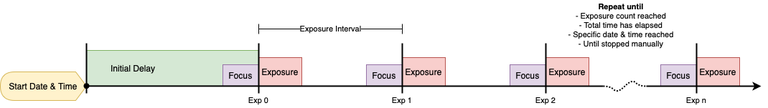
joegatling/arduino_intervalometer keeps this draw.io diagram as Media/TimingDiagram.png. Above is the earlier version. Source tidied: cells renumbered, new cells last; positions are measured from the earlier drawing's top-left corner, leaving out a move shared by most shapes.
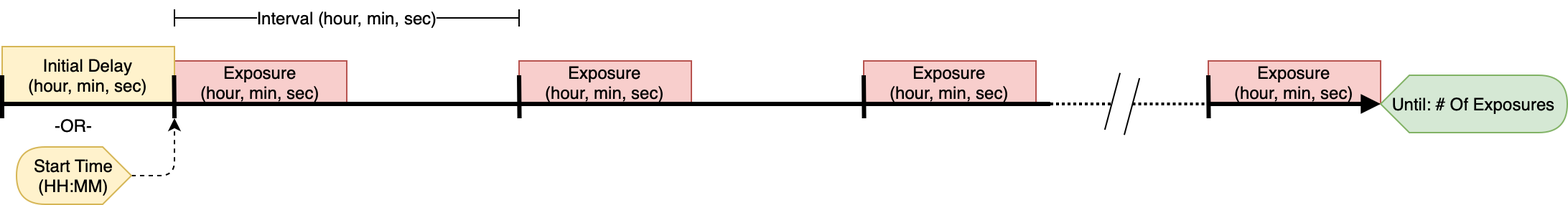
After the commit.

Commit message:
Updated timing diagram

Diff of the diagram source:
```diff
@@ -2,110 +2,103 @@
   <root>
     <mxCell id="0" />
     <mxCell id="1" parent="0" />
-    <mxCell id="2" value="Initial Delay" style="shape=trapezoid;perimeter=trapezoidPerimeter;whiteSpace=wrap;html=1;fixedSize=1;size=0;fillColor=#d5e8d4;strokeColor=#82b366;align=left;spacingLeft=32;" parent="1" vertex="1">
-      <mxGeometry x="120" y="70" width="240" height="50" as="geometry" />
-    </mxCell>
-    <mxCell id="3" value="Start Date &amp;amp; Time" style="shape=display;whiteSpace=wrap;html=1;direction=west;size=0.125;fillColor=#fff2cc;strokeColor=#d6b656;" parent="1" vertex="1">
-      <mxGeometry y="100" width="120" height="40" as="geometry" />
-    </mxCell>
-    <mxCell id="4" value="Focus" style="shape=trapezoid;perimeter=trapezoidPerimeter;whiteSpace=wrap;html=1;fixedSize=1;size=0;fillColor=#e1d5e7;strokeColor=#9673a6;" parent="1" vertex="1">
-      <mxGeometry x="310" y="90" width="50" height="30" as="geometry" />
-    </mxCell>
-    <mxCell id="5" value="Exposure" style="shape=trapezoid;perimeter=trapezoidPerimeter;whiteSpace=wrap;html=1;fixedSize=1;size=0;fillColor=#f8cecc;strokeColor=#b85450;" parent="1" vertex="1">
-      <mxGeometry x="360" y="80" width="60" height="40" as="geometry" />
-    </mxCell>
-    <mxCell id="6" style="endArrow=none;html=1;rounded=0;strokeWidth=2;" parent="1" edge="1">
-      <mxGeometry relative="1" as="geometry">
-        <mxPoint x="360" y="130" as="sourcePoint" />
-        <mxPoint x="360" y="60" as="targetPoint" />
-      </mxGeometry>
-    </mxCell>
-    <mxCell id="7" style="endArrow=none;html=1;rounded=0;strokeWidth=2;" parent="1" edge="1">
-      <mxGeometry relative="1" as="geometry">
-        <mxPoint x="120" y="130" as="sourcePoint" />
-        <mxPoint x="120" y="60" as="targetPoint" />
-      </mxGeometry>
-    </mxCell>
-    <mxCell id="8" value="Focus" style="shape=trapezoid;perimeter=trapezoidPerimeter;whiteSpace=wrap;html=1;fixedSize=1;size=0;fillColor=#e1d5e7;strokeColor=#9673a6;" parent="1" vertex="1">
-      <mxGeometry x="510" y="90" width="50" height="30" as="geometry" />
-    </mxCell>
-    <mxCell id="9" value="Exposure" style="shape=trapezoid;perimeter=trapezoidPerimeter;whiteSpace=wrap;html=1;fixedSize=1;size=0;fillColor=#f8cecc;strokeColor=#b85450;" parent="1" vertex="1">
-      <mxGeometry x="560" y="80" width="60" height="40" as="geometry" />
-    </mxCell>
-    <mxCell id="10" style="endArrow=none;html=1;rounded=0;strokeWidth=2;" parent="1" edge="1">
-      <mxGeometry relative="1" as="geometry">
-        <mxPoint x="560" y="130" as="sourcePoint" />
-        <mxPoint x="560" y="60" as="targetPoint" />
-      </mxGeometry>
-    </mxCell>
-    <mxCell id="11" value="Focus" style="shape=trapezoid;perimeter=trapezoidPerimeter;whiteSpace=wrap;html=1;fixedSize=1;size=0;fillColor=#e1d5e7;strokeColor=#9673a6;" parent="1" vertex="1">
-      <mxGeometry x="710" y="90" width="50" height="30" as="geometry" />
-    </mxCell>
-    <mxCell id="12" value="Exposure" style="shape=trapezoid;perimeter=trapezoidPerimeter;whiteSpace=wrap;html=1;fixedSize=1;size=0;fillColor=#f8cecc;strokeColor=#b85450;" parent="1" vertex="1">
-      <mxGeometry x="760" y="80" width="60" height="40" as="geometry" />
-    </mxCell>
-    <mxCell id="13" style="endArrow=none;html=1;rounded=0;strokeWidth=2;" parent="1" edge="1">
-      <mxGeometry relative="1" as="geometry">
-        <mxPoint x="760" y="130" as="sourcePoint" />
-        <mxPoint x="760" y="60" as="targetPoint" />
-      </mxGeometry>
-    </mxCell>
-    <mxCell id="14" value="Focus" style="shape=trapezoid;perimeter=trapezoidPerimeter;whiteSpace=wrap;html=1;fixedSize=1;size=0;fillColor=#e1d5e7;strokeColor=#9673a6;" parent="1" vertex="1">
-      <mxGeometry x="920" y="90" width="50" height="30" as="geometry" />
-    </mxCell>
-    <mxCell id="15" value="Exposure" style="shape=trapezoid;perimeter=trapezoidPerimeter;whiteSpace=wrap;html=1;fixedSize=1;size=0;fillColor=#f8cecc;strokeColor=#b85450;" parent="1" vertex="1">
-      <mxGeometry x="970" y="80" width="60" height="40" as="geometry" />
-    </mxCell>
-    <mxCell id="16" style="endArrow=none;html=1;rounded=0;strokeWidth=2;" parent="1" edge="1">
-      <mxGeometry relative="1" as="geometry">
-        <mxPoint x="970" y="130" as="sourcePoint" />
-        <mxPoint x="970" y="60" as="targetPoint" />
-      </mxGeometry>
-    </mxCell>
-    <mxCell id="17" style="endArrow=none;dashed=1;html=1;dashPattern=1 1;strokeWidth=2;rounded=0;curved=1;" parent="1" edge="1">
-      <mxGeometry relative="1" as="geometry">
-        <mxPoint x="840" y="120" as="sourcePoint" />
-        <mxPoint x="900" y="120" as="targetPoint" />
-        <Array as="points">
-          <mxPoint x="850" y="120" />
-          <mxPoint x="860" y="130" />
-          <mxPoint x="880" y="110" />
-          <mxPoint x="890" y="120" />
-        </Array>
-      </mxGeometry>
-    </mxCell>
-    <mxCell id="18" style="endArrow=none;html=1;rounded=0;startArrow=oval;startFill=1;strokeWidth=2;" parent="1" edge="1">
-      <mxGeometry relative="1" as="geometry">
-        <mxPoint x="120" y="119.7" as="sourcePoint" />
-        <mxPoint x="840" y="120" as="targetPoint" />
-      </mxGeometry>
-    </mxCell>
-    <mxCell id="19" style="endArrow=classic;html=1;rounded=0;strokeWidth=2;endFill=1;" parent="1" edge="1">
-      <mxGeometry relative="1" as="geometry">
-        <mxPoint x="900" y="120" as="sourcePoint" />
-        <mxPoint x="1060" y="120" as="targetPoint" />
-      </mxGeometry>
-    </mxCell>
-    <mxCell id="20" value="&lt;b&gt;Repeat until&lt;/b&gt;&lt;br&gt;- Exposure count reached&lt;br&gt;- Total time has elapsed&lt;br&gt;- Specific date &amp;amp; time reached&lt;br&gt;- Until stopped manually" style="text;html=1;strokeColor=none;fillColor=none;align=center;verticalAlign=middle;whiteSpace=wrap;rounded=0;fontFamily=Helvetica;fontSize=11;fontColor=default;" parent="1" vertex="1">
-      <mxGeometry x="760" width="210" height="70" as="geometry" />
-    </mxCell>
-    <mxCell id="21" value="Exposure Interval" style="endArrow=baseDash;html=1;rounded=0;labelBackgroundColor=default;fontFamily=Helvetica;fontSize=11;fontColor=default;strokeColor=default;strokeWidth=1;shape=connector;startArrow=baseDash;startFill=0;endFill=0;endSize=12;startSize=12;" parent="1" edge="1">
-      <mxGeometry relative="1" as="geometry">
-        <mxPoint x="360" y="40" as="sourcePoint" />
-        <mxPoint x="560" y="40" as="targetPoint" />
-      </mxGeometry>
-    </mxCell>
-    <mxCell id="22" value="Exp 0" style="text;html=1;strokeColor=none;fillColor=none;align=center;verticalAlign=middle;whiteSpace=wrap;rounded=0;fontFamily=Helvetica;fontSize=11;fontColor=default;" parent="1" vertex="1">
-      <mxGeometry x="330" y="130" width="60" height="20" as="geometry" />
-    </mxCell>
-    <mxCell id="23" value="Exp 1" style="text;html=1;strokeColor=none;fillColor=none;align=center;verticalAlign=middle;whiteSpace=wrap;rounded=0;fontFamily=Helvetica;fontSize=11;fontColor=default;" parent="1" vertex="1">
-      <mxGeometry x="530" y="130" width="60" height="20" as="geometry" />
-    </mxCell>
-    <mxCell id="24" value="Exp 2" style="text;html=1;strokeColor=none;fillColor=none;align=center;verticalAlign=middle;whiteSpace=wrap;rounded=0;fontFamily=Helvetica;fontSize=11;fontColor=default;" parent="1" vertex="1">
-      <mxGeometry x="730" y="130" width="60" height="20" as="geometry" />
-    </mxCell>
-    <mxCell id="25" value="Exp n" style="text;html=1;strokeColor=none;fillColor=none;align=center;verticalAlign=middle;whiteSpace=wrap;rounded=0;fontFamily=Helvetica;fontSize=11;fontColor=default;" parent="1" vertex="1">
-      <mxGeometry x="940" y="130" width="60" height="20" as="geometry" />
-    </mxCell>
+    <mxCell id="26" value="Exposure&lt;br&gt;(hour, min, sec)" style="rounded=0;whiteSpace=wrap;html=1;fillColor=#f8cecc;strokeColor=#b85450;" parent="1" vertex="1">
+      <mxGeometry x="840" y="30" width="120" height="30" as="geometry" />
+    </mxCell>
+    <mxCell id="27" value="Exposure&lt;br&gt;(hour, min, sec)" style="rounded=0;whiteSpace=wrap;html=1;fillColor=#f8cecc;strokeColor=#b85450;" parent="1" vertex="1">
+      <mxGeometry x="600" y="30" width="120" height="30" as="geometry" />
+    </mxCell>
+    <mxCell id="28" value="Exposure&lt;br&gt;(hour, min, sec)" style="rounded=0;whiteSpace=wrap;html=1;fillColor=#f8cecc;strokeColor=#b85450;" parent="1" vertex="1">
+      <mxGeometry x="360" y="30" width="120" height="30" as="geometry" />
+    </mxCell>
+    <mxCell id="29" value="Exposure&lt;br&gt;(hour, min, sec)" style="rounded=0;whiteSpace=wrap;html=1;fillColor=#f8cecc;strokeColor=#b85450;" parent="1" vertex="1">
+      <mxGeometry x="120" y="30" width="120" height="30" as="geometry" />
+    </mxCell>
+    <mxCell id="30" value="Initial Delay&lt;br&gt;(hour, min, sec)" style="rounded=0;whiteSpace=wrap;html=1;fillColor=#fff2cc;strokeColor=#d6b656;" parent="1" vertex="1">
+      <mxGeometry y="20" width="120" height="40" as="geometry" />
+    </mxCell>
+    <mxCell id="31" style="endArrow=none;html=1;rounded=0;strokeWidth=3;endFill=0;" parent="1" edge="1">
+      <mxGeometry relative="1" as="geometry">
+        <mxPoint x="120" y="60" as="sourcePoint" />
+        <mxPoint x="730" y="60" as="targetPoint" />
+      </mxGeometry>
+    </mxCell>
+    <mxCell id="32" style="edgeStyle=orthogonalEdgeStyle;rounded=1;jettySize=auto;html=1;exitX=0;exitY=0.5;exitDx=0;exitDy=0;exitPerimeter=0;strokeWidth=1;dashed=1;" parent="1" edge="1" source="33">
+      <mxGeometry relative="1" as="geometry">
+        <mxPoint x="120" y="70" as="targetPoint" />
+        <Array as="points">
+          <mxPoint x="120" y="110" />
+        </Array>
+      </mxGeometry>
+    </mxCell>
+    <mxCell id="33" value="Start Time&lt;br&gt;(HH:MM)" style="shape=display;whiteSpace=wrap;html=1;direction=west;fillColor=#fff2cc;strokeColor=#d6b656;" parent="1" vertex="1">
+      <mxGeometry x="10" y="90" width="80" height="40" as="geometry" />
+    </mxCell>
+    <mxCell id="34" style="endArrow=none;html=1;rounded=0;entryX=1;entryY=1;entryDx=0;entryDy=0;strokeWidth=3;" parent="1" edge="1" target="30">
+      <mxGeometry relative="1" as="geometry">
+        <mxPoint y="60" as="sourcePoint" />
+      </mxGeometry>
+    </mxCell>
+    <mxCell id="35" style="endArrow=none;html=1;rounded=0;strokeWidth=3;" parent="1" edge="1">
+      <mxGeometry relative="1" as="geometry">
+        <mxPoint y="70" as="sourcePoint" />
+        <mxPoint y="40" as="targetPoint" />
+      </mxGeometry>
+    </mxCell>
+    <mxCell id="36" style="endArrow=none;html=1;rounded=0;strokeWidth=3;" parent="1" edge="1">
+      <mxGeometry relative="1" as="geometry">
+        <mxPoint x="120" y="70" as="sourcePoint" />
+        <mxPoint x="119.7" y="40" as="targetPoint" />
+      </mxGeometry>
+    </mxCell>
+    <mxCell id="37" style="endArrow=none;html=1;rounded=0;strokeWidth=3;" parent="1" edge="1">
+      <mxGeometry relative="1" as="geometry">
+        <mxPoint x="360.3" y="70" as="sourcePoint" />
+        <mxPoint x="360" y="40" as="targetPoint" />
+      </mxGeometry>
+    </mxCell>
+    <mxCell id="38" style="endArrow=none;html=1;rounded=0;strokeWidth=3;" parent="1" edge="1">
+      <mxGeometry relative="1" as="geometry">
+        <mxPoint x="600.3" y="70" as="sourcePoint" />
+        <mxPoint x="600" y="40" as="targetPoint" />
+      </mxGeometry>
+    </mxCell>
+    <mxCell id="39" value="&lt;font style=&quot;font-size: 12px;&quot;&gt;Interval (hour, min, sec)&lt;/font&gt;" style="endArrow=baseDash;html=1;rounded=0;strokeWidth=1;endFill=0;startArrow=baseDash;startFill=0;endSize=10;startSize=10;" parent="1" edge="1">
+      <mxGeometry relative="1" as="geometry">
+        <mxPoint x="120" as="sourcePoint" />
+        <mxPoint x="360" as="targetPoint" />
+      </mxGeometry>
+    </mxCell>
+    <mxCell id="40" value="-OR-" style="text;html=1;strokeColor=none;fillColor=none;align=center;verticalAlign=middle;whiteSpace=wrap;rounded=0;" parent="1" vertex="1">
+      <mxGeometry x="20" y="60" width="60" height="30" as="geometry" />
+    </mxCell>
+    <mxCell id="41" style="endArrow=none;html=1;rounded=0;strokeWidth=2;endFill=0;dashed=1;dashPattern=1 1;startArrow=none;" parent="1" edge="1" source="45">
+      <mxGeometry relative="1" as="geometry">
+        <mxPoint x="840" y="60" as="targetPoint" />
+      </mxGeometry>
+    </mxCell>
+    <mxCell id="42" style="endArrow=block;html=1;rounded=0;strokeWidth=3;endFill=1;" parent="1" edge="1">
+      <mxGeometry relative="1" as="geometry">
+        <mxPoint x="840" y="60" as="sourcePoint" />
+        <mxPoint x="960" y="60" as="targetPoint" />
+      </mxGeometry>
+    </mxCell>
+    <mxCell id="43" style="endArrow=none;html=1;rounded=0;strokeWidth=3;" parent="1" edge="1">
+      <mxGeometry relative="1" as="geometry">
+        <mxPoint x="840.3" y="70" as="sourcePoint" />
+        <mxPoint x="840" y="40" as="targetPoint" />
+      </mxGeometry>
+    </mxCell>
+    <mxCell id="44" value="&lt;span style=&quot;&quot;&gt;Until: # Of Exposures&lt;/span&gt;" style="shape=display;whiteSpace=wrap;html=1;size=0.15384615384615385;fillColor=#d5e8d4;strokeColor=#82b366;" parent="1" vertex="1">
+      <mxGeometry x="960" y="40" width="130" height="40" as="geometry" />
+    </mxCell>
+    <mxCell id="45" style="shape=partialRectangle;whiteSpace=wrap;html=1;left=0;right=0;fillColor=default;fontSize=12;rotation=-75;strokeWidth=1;" parent="1" vertex="1">
+      <mxGeometry x="760" y="53" width="40" height="14" as="geometry" />
+    </mxCell>
+    <mxCell id="46" style="endArrow=none;html=1;rounded=0;strokeWidth=2;endFill=0;dashed=1;dashPattern=1 1;" parent="1" edge="1" target="45">
+      <mxGeometry relative="1" as="geometry">
+        <mxPoint x="730" y="60" as="sourcePoint" />
+      </mxGeometry>
+    </mxCell>
   </root>
 </mxGraphModel>
```
